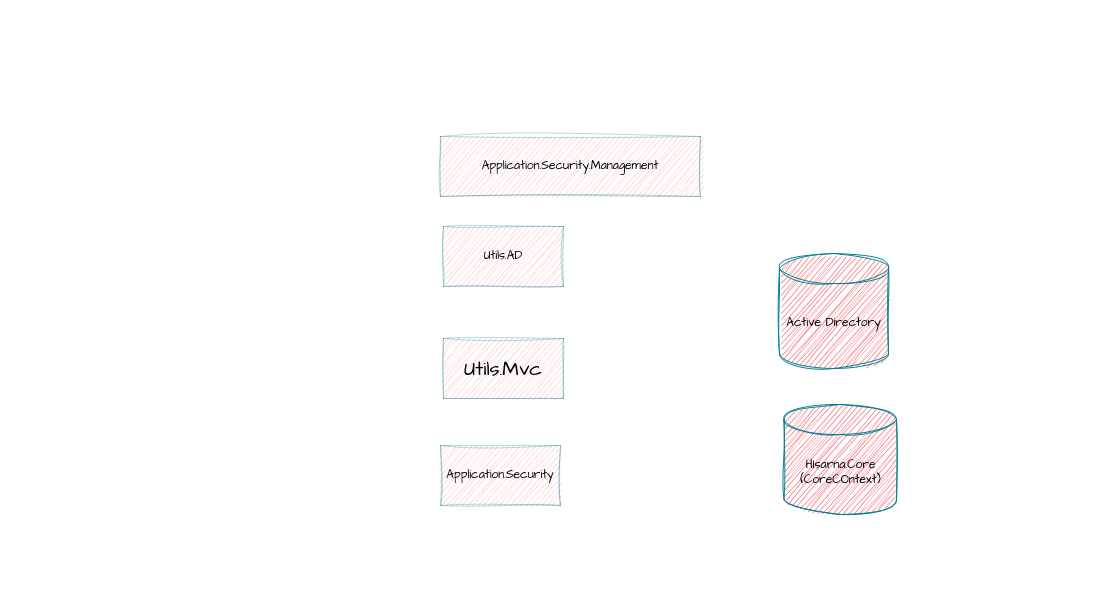
Before: LayeredArchitectureDiagram.drawio in Ryno95/Diagrams, a draw.io diagram. Source tidied: cells renumbered, new cells numbered last; positions are measured from the earlier drawing's top-left corner, leaving out a move shared by most shapes. Both pictures are drawn from the tidied source at 100%, with x=0, y=0 at pixel (440, 136).
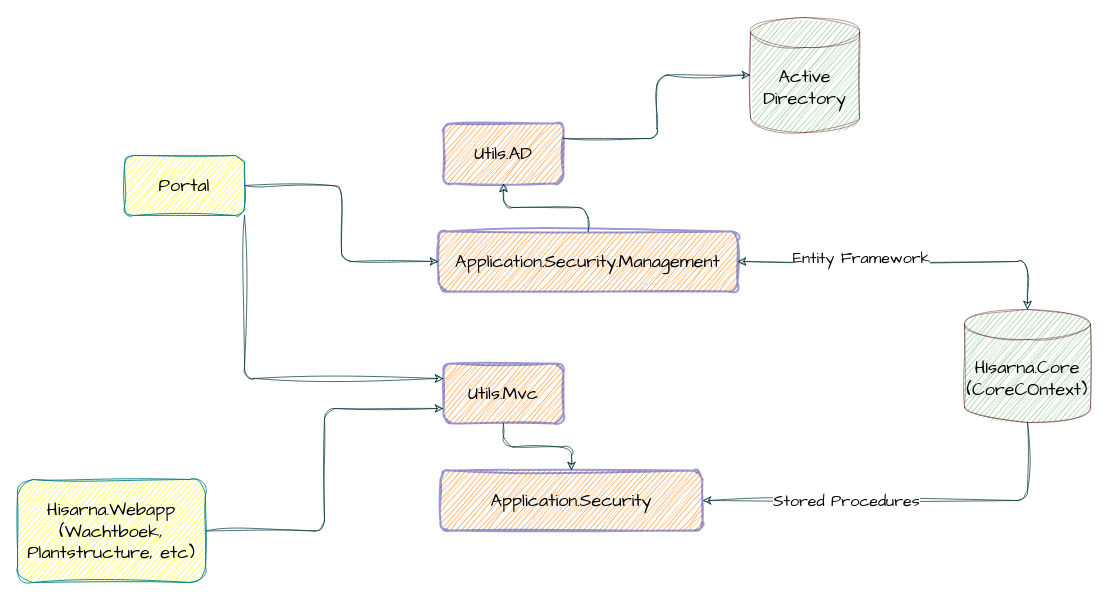
Above is the later version.

The edit, as a diff of the source:
```diff
@@
 <mxGraphModel>
   <root>
     <mxCell id="0" />
     <mxCell id="1" parent="0" />
+    <mxCell id="8" style="edgeStyle=orthogonalEdgeStyle;rounded=1;sketch=1;hachureGap=4;jiggle=2;curveFitting=1;jettySize=auto;html=1;exitX=1;exitY=0.5;exitDx=0;exitDy=0;strokeColor=#01353d;fontFamily=Architects Daughter;fontColor=#000000;fillColor=#F45B69;startArrow=classic;startFill=1;fontSize=18;opacity=70;" parent="1" edge="1" source="2" target="7">
+      <mxGeometry relative="1" as="geometry" />
+    </mxCell>
+    <mxCell id="9" value="Entity Framework" style="edgeLabel;html=1;align=center;verticalAlign=middle;rounded=1;sketch=1;hachureGap=4;jiggle=2;curveFitting=1;strokeColor=#028090;fontFamily=Architects Daughter;fontColor=#000000;fillColor=#F45B69;fontSize=16;" parent="8" vertex="1">
+      <mxGeometry x="-0.27" y="4" relative="1" as="geometry" />
+    </mxCell>
+    <mxCell id="10" style="edgeStyle=orthogonalEdgeStyle;rounded=1;sketch=1;hachureGap=4;jiggle=2;curveFitting=1;jettySize=auto;html=1;exitX=0.5;exitY=0;exitDx=0;exitDy=0;entryX=0.5;entryY=1;entryDx=0;entryDy=0;strokeColor=#01353d;fontFamily=Architects Daughter;fontColor=#000000;fillColor=#F45B69;fontSize=18;opacity=70;" parent="1" edge="1" source="2" target="5">
+      <mxGeometry relative="1" as="geometry" />
+    </mxCell>
-    <mxCell id="2" value="&lt;font color=&quot;#000000&quot;&gt;Application.Security.Management&lt;/font&gt;" style="whiteSpace=wrap;html=1;sketch=1;hachureGap=4;jiggle=2;curveFitting=1;strokeColor=#028090;fontFamily=Architects Daughter;fontColor=#E4FDE1;fillColor=#F45B69;opacity=30;" parent="1" vertex="1">
-      <mxGeometry width="260" height="60" as="geometry" />
+    <mxCell id="2" value="&lt;font style=&quot;font-size: 18px;&quot;&gt;Application.Security.Management&lt;/font&gt;" style="whiteSpace=wrap;html=1;sketch=1;hachureGap=4;jiggle=2;curveFitting=1;strokeColor=#070093;fontFamily=Architects Daughter;fontColor=#000000;fillColor=#ff8000;opacity=40;rounded=1;fontSize=18;strokeWidth=2;" parent="1" vertex="1">
+      <mxGeometry x="-2" y="95" width="299" height="60" as="geometry" />
     </mxCell>
-    <mxCell id="3" value="&lt;font color=&quot;#000000&quot;&gt;Application.Security&lt;/font&gt;" style="whiteSpace=wrap;html=1;sketch=1;hachureGap=4;jiggle=2;curveFitting=1;strokeColor=#028090;fontFamily=Architects Daughter;fontColor=#E4FDE1;fillColor=#F45B69;opacity=30;" parent="1" vertex="1">
-      <mxGeometry y="309" width="120" height="60" as="geometry" />
+    <mxCell id="3" value="&lt;font style=&quot;font-size: 18px;&quot;&gt;Application.Security&lt;/font&gt;" style="whiteSpace=wrap;html=1;sketch=1;hachureGap=4;jiggle=2;curveFitting=1;strokeColor=#070093;fontFamily=Architects Daughter;fontColor=#000000;fillColor=#ff8000;opacity=40;rounded=1;fontSize=18;strokeWidth=2;" parent="1" vertex="1">
+      <mxGeometry y="334" width="262" height="60" as="geometry" />
     </mxCell>
+    <mxCell id="11" style="edgeStyle=orthogonalEdgeStyle;rounded=1;sketch=1;hachureGap=4;jiggle=2;curveFitting=1;jettySize=auto;html=1;exitX=0.5;exitY=1;exitDx=0;exitDy=0;strokeColor=#01353d;fontFamily=Architects Daughter;fontColor=#000000;fillColor=#F45B69;fontSize=18;opacity=70;" parent="1" edge="1" source="4" target="3">
+      <mxGeometry relative="1" as="geometry" />
+    </mxCell>
-    <mxCell id="4" value="&lt;font style=&quot;font-size: 20px;&quot; color=&quot;#000000&quot;&gt;Utils.Mvc&lt;/font&gt;" style="whiteSpace=wrap;html=1;sketch=1;hachureGap=4;jiggle=2;curveFitting=1;strokeColor=#028090;fontFamily=Architects Daughter;fontColor=#E4FDE1;fillColor=#F45B69;opacity=30;" parent="1" vertex="1">
-      <mxGeometry x="3" y="202" width="120" height="60" as="geometry" />
+    <mxCell id="4" value="&lt;font style=&quot;font-size: 18px;&quot;&gt;Utils.Mvc&lt;/font&gt;" style="whiteSpace=wrap;html=1;sketch=1;hachureGap=4;jiggle=2;curveFitting=1;strokeColor=#070093;fontFamily=Architects Daughter;fontColor=#000000;fillColor=#ff8000;opacity=40;rounded=1;fontSize=18;strokeWidth=2;" parent="1" vertex="1">
+      <mxGeometry x="3" y="227" width="120" height="60" as="geometry" />
     </mxCell>
-    <mxCell id="5" value="&lt;font color=&quot;#000000&quot;&gt;Utils.AD&lt;/font&gt;" style="whiteSpace=wrap;html=1;sketch=1;hachureGap=4;jiggle=2;curveFitting=1;strokeColor=#028090;fontFamily=Architects Daughter;fontColor=#E4FDE1;fillColor=#F45B69;opacity=30;" parent="1" vertex="1">
-      <mxGeometry x="3" y="90" width="120" height="60" as="geometry" />
+    <mxCell id="5" value="&lt;font style=&quot;font-size: 18px;&quot;&gt;Utils.AD&lt;/font&gt;" style="whiteSpace=wrap;html=1;sketch=1;hachureGap=4;jiggle=2;curveFitting=1;strokeColor=#070093;fontFamily=Architects Daughter;fontColor=#000000;fillColor=#ff8000;opacity=40;rounded=1;fontSize=18;strokeWidth=2;" parent="1" vertex="1">
+      <mxGeometry x="3" y="-13" width="120" height="60" as="geometry" />
     </mxCell>
-    <mxCell id="6" value="Active Directory" style="shape=cylinder3;whiteSpace=wrap;html=1;boundedLbl=1;backgroundOutline=1;size=15;sketch=1;hachureGap=4;jiggle=2;curveFitting=1;strokeColor=#028090;fontFamily=Architects Daughter;fontColor=#000000;fillColor=#F45B69;" parent="1" vertex="1">
-      <mxGeometry x="339" y="117" width="109" height="115" as="geometry" />
+    <mxCell id="6" value="Active Directory" style="shape=cylinder3;whiteSpace=wrap;html=1;boundedLbl=1;backgroundOutline=1;size=15;sketch=1;hachureGap=4;jiggle=2;curveFitting=1;strokeColor=#400000;fontFamily=Architects Daughter;fontColor=#000000;fillColor=#008000;rounded=1;fontSize=18;opacity=40;" parent="1" vertex="1">
+      <mxGeometry x="310" y="-119" width="109" height="115" as="geometry" />
     </mxCell>
-    <mxCell id="7" value="&lt;div&gt;HIsarna.Core&lt;/div&gt;&lt;div&gt;(CoreCOntext)&lt;br&gt;&lt;/div&gt;" style="shape=cylinder3;whiteSpace=wrap;html=1;boundedLbl=1;backgroundOutline=1;size=15;sketch=1;hachureGap=4;jiggle=2;curveFitting=1;strokeColor=#028090;fontFamily=Architects Daughter;fontColor=#000000;fillColor=#F45B69;" parent="1" vertex="1">
-      <mxGeometry x="343.5" y="268" width="112.5" height="110" as="geometry" />
+    <mxCell id="7" value="&lt;div style=&quot;font-size: 18px;&quot;&gt;HIsarna.Core&lt;/div&gt;&lt;div style=&quot;font-size: 18px;&quot;&gt;(CoreCOntext)&lt;br style=&quot;font-size: 18px;&quot;&gt;&lt;/div&gt;" style="shape=cylinder3;whiteSpace=wrap;html=1;boundedLbl=1;backgroundOutline=1;size=15;sketch=1;hachureGap=4;jiggle=2;curveFitting=1;strokeColor=#400000;fontFamily=Architects Daughter;fontColor=#000000;fillColor=#008000;rounded=1;fontSize=18;opacity=40;" parent="1" vertex="1">
+      <mxGeometry x="524" y="173" width="126" height="113" as="geometry" />
     </mxCell>
+    <mxCell id="12" style="edgeStyle=orthogonalEdgeStyle;rounded=1;sketch=1;hachureGap=4;jiggle=2;curveFitting=1;jettySize=auto;html=1;exitX=1;exitY=0.25;exitDx=0;exitDy=0;entryX=0;entryY=0.5;entryDx=0;entryDy=0;entryPerimeter=0;strokeColor=#01353d;fontFamily=Architects Daughter;fontColor=#000000;fillColor=#F45B69;curved=0;fontSize=18;opacity=70;" parent="1" edge="1" source="5" target="6">
+      <mxGeometry relative="1" as="geometry" />
+    </mxCell>
+    <mxCell id="13" style="edgeStyle=orthogonalEdgeStyle;rounded=1;sketch=1;hachureGap=4;jiggle=2;curveFitting=1;jettySize=auto;html=1;exitX=1;exitY=0.5;exitDx=0;exitDy=0;entryX=0.5;entryY=1;entryDx=0;entryDy=0;entryPerimeter=0;strokeColor=#01353d;fontFamily=Architects Daughter;fontColor=#000000;fillColor=#F45B69;startArrow=classic;startFill=1;endArrow=none;endFill=0;fontSize=18;opacity=70;" parent="1" edge="1" source="3" target="7">
+      <mxGeometry relative="1" as="geometry" />
+    </mxCell>
+    <mxCell id="14" value="Stored Procedures" style="edgeLabel;html=1;align=center;verticalAlign=middle;rounded=1;sketch=1;hachureGap=4;jiggle=2;curveFitting=1;strokeColor=#028090;fontFamily=Architects Daughter;fontColor=#000000;fillColor=#F45B69;fontSize=16;" parent="13" vertex="1">
+      <mxGeometry x="-0.29" relative="1" as="geometry" />
+    </mxCell>
+    <mxCell id="15" style="edgeStyle=orthogonalEdgeStyle;rounded=1;sketch=1;hachureGap=4;jiggle=2;curveFitting=1;jettySize=auto;html=1;entryX=0;entryY=0.5;entryDx=0;entryDy=0;strokeColor=#01353d;fontFamily=Architects Daughter;fontColor=#E4FDE1;fillColor=#F45B69;opacity=70;" parent="1" edge="1" source="17" target="2">
+      <mxGeometry relative="1" as="geometry" />
+    </mxCell>
+    <mxCell id="16" style="edgeStyle=orthogonalEdgeStyle;rounded=1;sketch=1;hachureGap=4;jiggle=2;curveFitting=1;jettySize=auto;html=1;exitX=1;exitY=1;exitDx=0;exitDy=0;entryX=0;entryY=0.25;entryDx=0;entryDy=0;strokeColor=#01353d;fontFamily=Architects Daughter;fontColor=#E4FDE1;fillColor=#F45B69;opacity=70;" parent="1" edge="1" source="17" target="4">
+      <mxGeometry relative="1" as="geometry" />
+    </mxCell>
+    <mxCell id="17" value="Portal" style="whiteSpace=wrap;html=1;rounded=1;sketch=1;hachureGap=4;jiggle=2;curveFitting=1;strokeColor=#028090;fontFamily=Architects Daughter;fontColor=#000000;fillColor=#ffff00;fontSize=18;opacity=90;" parent="1" vertex="1">
+      <mxGeometry x="-316" y="19" width="120" height="60" as="geometry" />
+    </mxCell>
+    <mxCell id="18" style="edgeStyle=orthogonalEdgeStyle;rounded=1;sketch=1;hachureGap=4;jiggle=2;curveFitting=1;jettySize=auto;html=1;entryX=0;entryY=0.75;entryDx=0;entryDy=0;strokeColor=#01353d;fontFamily=Architects Daughter;fontColor=#E4FDE1;fillColor=#F45B69;opacity=70;" parent="1" edge="1" source="19" target="4">
+      <mxGeometry relative="1" as="geometry" />
+    </mxCell>
+    <mxCell id="19" value="&lt;div style=&quot;font-size: 18px;&quot;&gt;Hisarna.Webapp&lt;/div&gt;&lt;div style=&quot;font-size: 18px;&quot;&gt;(Wachtboek, Plantstructure, etc)&lt;br style=&quot;font-size: 18px;&quot;&gt;&lt;/div&gt;" style="whiteSpace=wrap;html=1;rounded=1;sketch=1;hachureGap=4;jiggle=2;curveFitting=1;strokeColor=#028090;fontFamily=Architects Daughter;fontColor=#000000;fillColor=#ffff00;fontSize=18;opacity=90;" parent="1" vertex="1">
+      <mxGeometry x="-423" y="343" width="188" height="103" as="geometry" />
+    </mxCell>
   </root>
 </mxGraphModel>
```
